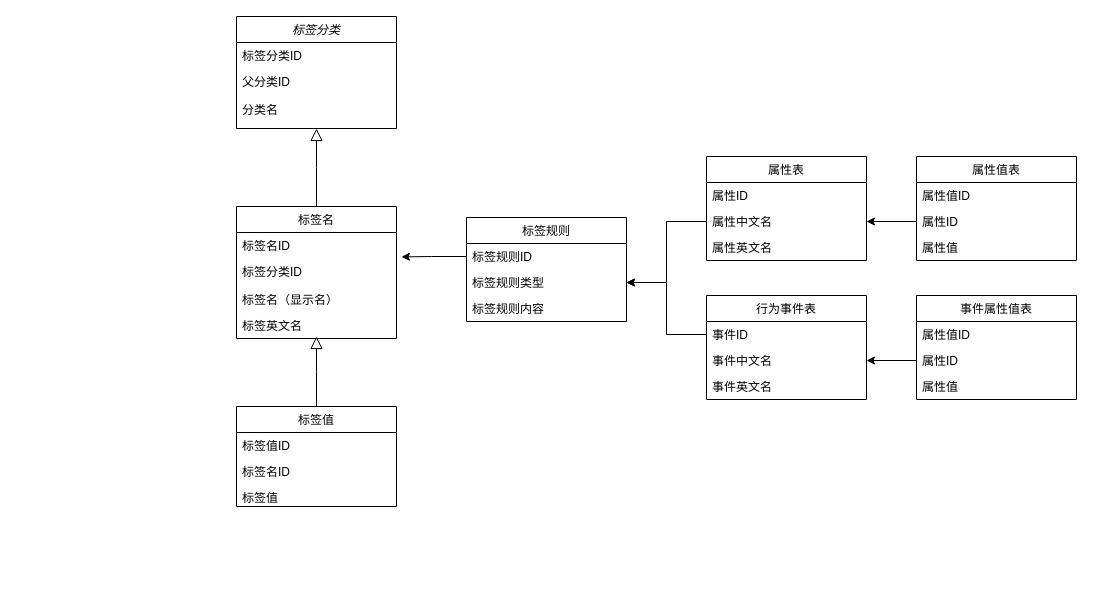
The draw.io diagram Untitled Diagram.drawio in hunanxinhua/Designer, before the edit. Source tidied: cells renumbered, new cells numbered last; positions are measured from the earlier drawing's top-left corner, leaving out a move shared by most shapes. Both pictures are drawn from the tidied source at 100%, with x=0, y=0 at pixel (236, 16).
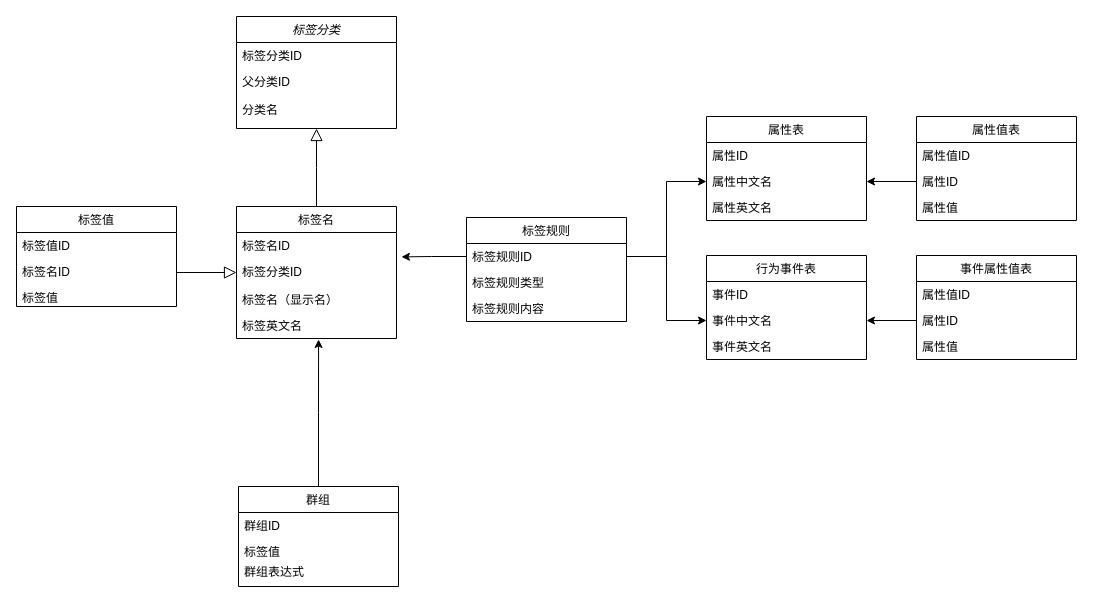
Above is the later version.

The change refers to these unchanged cells:
```xml
<mxCell id="8" value="标签分类ID" style="text;align=left;verticalAlign=top;spacingLeft=4;spacingRight=4;overflow=hidden;points=[[0,0.5],[1,0.5]];portConstraint=eastwest;rounded=0;shadow=0;html=0;" parent="6" vertex="1">
  <mxGeometry y="52" width="160" height="28" as="geometry" />
</mxCell>
<mxCell id="10" value="标签英文名" style="text;align=left;verticalAlign=top;spacingLeft=4;spacingRight=4;overflow=hidden;points=[[0,0.5],[1,0.5]];portConstraint=eastwest;" parent="6" vertex="1">
  <mxGeometry y="106" width="160" height="26" as="geometry" />
</mxCell>
<mxCell id="14" value="标签名ID" style="text;align=left;verticalAlign=top;spacingLeft=4;spacingRight=4;overflow=hidden;points=[[0,0.5],[1,0.5]];portConstraint=eastwest;" parent="12" vertex="1">
  <mxGeometry y="52" width="160" height="26" as="geometry" />
</mxCell>
<mxCell id="18" value="标签规则ID" style="text;align=left;verticalAlign=top;spacingLeft=4;spacingRight=4;overflow=hidden;points=[[0,0.5],[1,0.5]];portConstraint=eastwest;" parent="17" vertex="1">
  <mxGeometry y="26" width="160" height="26" as="geometry" />
</mxCell>
<mxCell id="19" value="标签规则类型" style="text;align=left;verticalAlign=top;spacingLeft=4;spacingRight=4;overflow=hidden;points=[[0,0.5],[1,0.5]];portConstraint=eastwest;" parent="17" vertex="1">
  <mxGeometry y="52" width="160" height="26" as="geometry" />
</mxCell>
<mxCell id="24" value="属性中文名" style="text;align=left;verticalAlign=top;spacingLeft=4;spacingRight=4;overflow=hidden;points=[[0,0.5],[1,0.5]];portConstraint=eastwest;" parent="22" vertex="1">
  <mxGeometry y="52" width="160" height="26" as="geometry" />
</mxCell>
<mxCell id="27" value="事件ID" style="text;align=left;verticalAlign=top;spacingLeft=4;spacingRight=4;overflow=hidden;points=[[0,0.5],[1,0.5]];portConstraint=eastwest;" parent="26" vertex="1">
  <mxGeometry y="26" width="160" height="26" as="geometry" />
</mxCell>
<mxCell id="28" value="事件中文名" style="text;align=left;verticalAlign=top;spacingLeft=4;spacingRight=4;overflow=hidden;points=[[0,0.5],[1,0.5]];portConstraint=eastwest;" parent="26" vertex="1">
  <mxGeometry y="52" width="160" height="26" as="geometry" />
</mxCell>
```

The edit, as a diff of the source:
```diff
@@
     <mxCell id="12" value="标签值" style="swimlane;fontStyle=0;align=center;verticalAlign=top;horizontal=1;startSize=26;rounded=0;shadow=0;strokeWidth=1;" parent="1" vertex="1">
-      <mxGeometry y="390" width="160" height="100" as="geometry" />
+      <mxGeometry x="-220" y="190" width="160" height="100" as="geometry" />
     </mxCell>
@@
-    <mxCell id="16" style="endArrow=block;endSize=10;endFill=0;shadow=0;strokeWidth=1;rounded=0;edgeStyle=elbowEdgeStyle;elbow=vertical;" parent="1" edge="1" source="12">
-      <mxGeometry relative="1" as="geometry">
-        <mxPoint x="80" y="320" as="targetPoint" />
-      </mxGeometry>
+    <mxCell id="16" style="endArrow=block;endSize=10;endFill=0;shadow=0;strokeWidth=1;rounded=0;edgeStyle=elbowEdgeStyle;elbow=vertical;exitX=1;exitY=0.5;exitDx=0;exitDy=0;entryX=0;entryY=0.5;entryDx=0;entryDy=0;" parent="1" edge="1" source="14" target="8">
+      <mxGeometry relative="1" as="geometry" />
     </mxCell>
@@
     <mxCell id="22" value="属性表" style="swimlane;fontStyle=0;align=center;verticalAlign=top;horizontal=1;startSize=26;rounded=0;shadow=0;strokeWidth=1;" parent="1" vertex="1">
-      <mxGeometry x="470" y="140" width="160" height="104" as="geometry" />
+      <mxGeometry x="470" y="100" width="160" height="104" as="geometry" />
     </mxCell>
@@
     <mxCell id="26" value="行为事件表" style="swimlane;fontStyle=0;align=center;verticalAlign=top;horizontal=1;startSize=26;rounded=0;shadow=0;strokeWidth=1;" parent="1" vertex="1">
-      <mxGeometry x="470" y="279" width="160" height="104" as="geometry" />
+      <mxGeometry x="470" y="239" width="160" height="104" as="geometry" />
     </mxCell>
@@
     <mxCell id="30" value="属性值表" style="swimlane;fontStyle=0;align=center;verticalAlign=top;horizontal=1;startSize=26;rounded=0;shadow=0;strokeWidth=1;" parent="1" vertex="1">
-      <mxGeometry x="680" y="140" width="160" height="104" as="geometry" />
+      <mxGeometry x="680" y="100" width="160" height="104" as="geometry" />
     </mxCell>
@@
     <mxCell id="34" value="事件属性值表" style="swimlane;fontStyle=0;align=center;verticalAlign=top;horizontal=1;startSize=26;rounded=0;shadow=0;strokeWidth=1;" parent="1" vertex="1">
-      <mxGeometry x="680" y="279" width="160" height="104" as="geometry" />
+      <mxGeometry x="680" y="239" width="160" height="104" as="geometry" />
     </mxCell>
@@
-    <mxCell id="38" style="edgeStyle=orthogonalEdgeStyle;rounded=0;jettySize=auto;html=1;exitX=0;exitY=0.5;exitDx=0;exitDy=0;entryX=1;entryY=0.5;entryDx=0;entryDy=0;" parent="1" edge="1" source="24" target="19">
-      <mxGeometry relative="1" as="geometry" />
-    </mxCell>
-    <mxCell id="39" style="edgeStyle=orthogonalEdgeStyle;rounded=0;jettySize=auto;html=1;exitX=0;exitY=0.5;exitDx=0;exitDy=0;entryX=1;entryY=0.5;entryDx=0;entryDy=0;" parent="1" edge="1" source="27" target="19">
-      <mxGeometry relative="1" as="geometry" />
-    </mxCell>
@@
+    <mxCell id="42" style="edgeStyle=orthogonalEdgeStyle;rounded=0;jettySize=auto;html=1;exitX=0.5;exitY=0;exitDx=0;exitDy=0;entryX=0.513;entryY=1.038;entryDx=0;entryDy=0;entryPerimeter=0;" parent="1" edge="1" source="43" target="10">
+      <mxGeometry relative="1" as="geometry" />
+    </mxCell>
+    <mxCell id="43" value="群组" style="swimlane;fontStyle=0;align=center;verticalAlign=top;horizontal=1;startSize=26;rounded=0;shadow=0;strokeWidth=1;" parent="1" vertex="1">
+      <mxGeometry x="2" y="470" width="160" height="100" as="geometry" />
+    </mxCell>
+    <mxCell id="44" value="群组ID" style="text;align=left;verticalAlign=top;spacingLeft=4;spacingRight=4;overflow=hidden;" parent="43" vertex="1">
+      <mxGeometry y="26" width="160" height="26" as="geometry" />
+    </mxCell>
+    <mxCell id="45" value="标签值" style="text;align=left;verticalAlign=top;spacingLeft=4;spacingRight=4;overflow=hidden;" parent="43" vertex="1">
+      <mxGeometry y="52" width="160" height="20" as="geometry" />
+    </mxCell>
+    <mxCell id="46" value="群组表达式" style="text;align=left;verticalAlign=top;spacingLeft=4;spacingRight=4;overflow=hidden;" parent="43" vertex="1">
+      <mxGeometry y="72" width="160" height="26" as="geometry" />
+    </mxCell>
+    <mxCell id="47" style="edgeStyle=orthogonalEdgeStyle;rounded=0;jettySize=auto;html=1;exitX=1;exitY=0.5;exitDx=0;exitDy=0;entryX=0;entryY=0.5;entryDx=0;entryDy=0;" parent="1" edge="1" source="18" target="24">
+      <mxGeometry relative="1" as="geometry" />
+    </mxCell>
+    <mxCell id="48" style="edgeStyle=orthogonalEdgeStyle;rounded=0;jettySize=auto;html=1;exitX=1;exitY=0.5;exitDx=0;exitDy=0;entryX=0;entryY=0.5;entryDx=0;entryDy=0;" parent="1" edge="1" source="18" target="28">
+      <mxGeometry relative="1" as="geometry" />
+    </mxCell>
```
